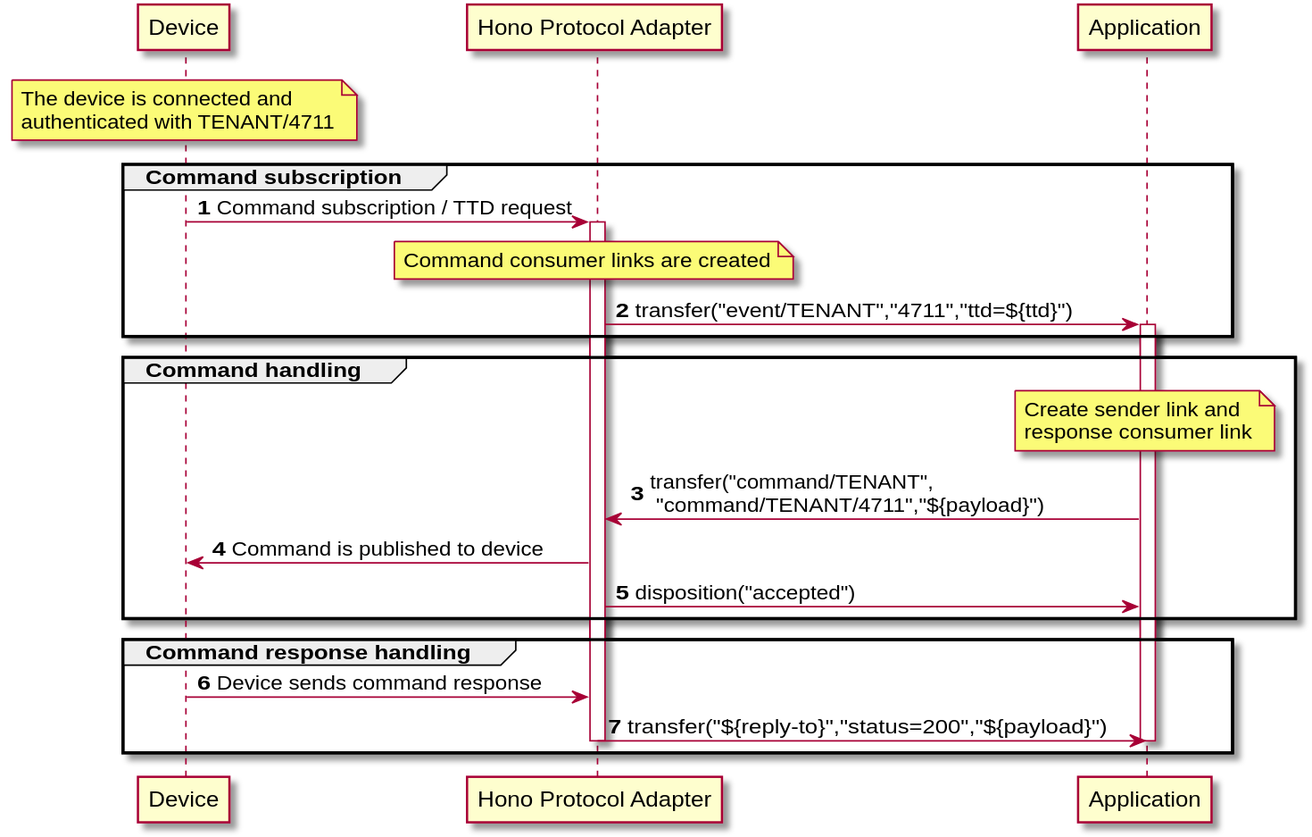
Earlier version of the PlantUML export site/documentation/content/concepts/command_control_concept.svg (eclipse-hono/hono).
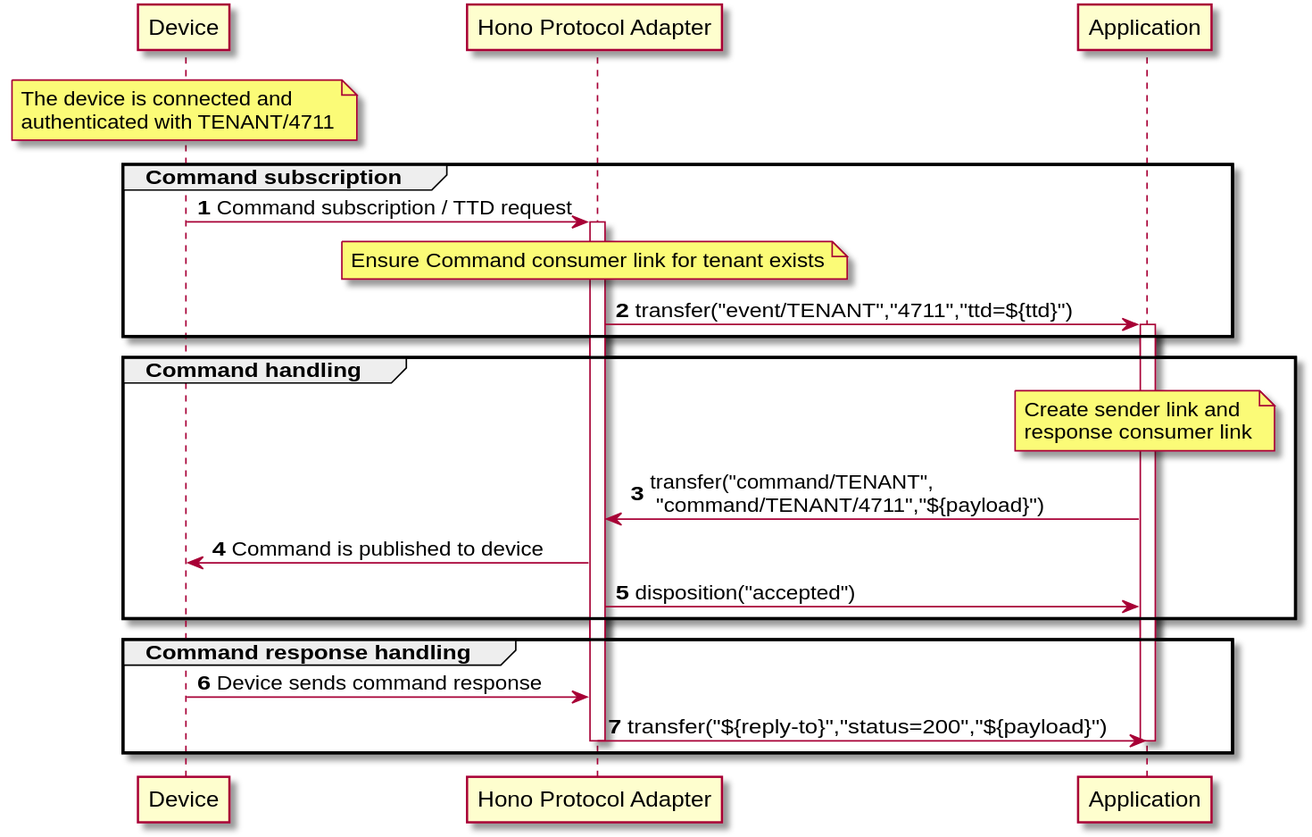
The same diagram one commit later.

Change to the diagram source:
```diff
@@ -15,7 +15,7 @@
     Device -> "Hono Protocol Adapter": Command subscription / TTD request
     activate "Hono Protocol Adapter"
     note over "Hono Protocol Adapter"
-    Command consumer links are created
+    Ensure Command consumer link for tenant exists
     end note
     "Hono Protocol Adapter" -> Application: transfer("event/TENANT","4711","ttd=${ttd}")
     activate Application
```
